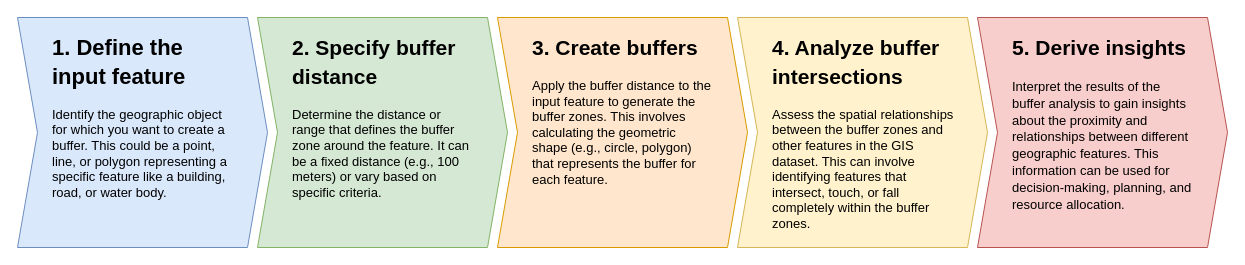
Above: Assets/4_Theory_buffer_diagram.drawio in haseeb-cb/fundamentals-of-gis (draw.io), before the change. Source tidied: cells renumbered, new cells numbered last; positions are measured from the earlier drawing's top-left corner, leaving out a move shared by most shapes. Both pictures are drawn from the tidied source at 100%, with x=0, y=0 at pixel (17, 17).
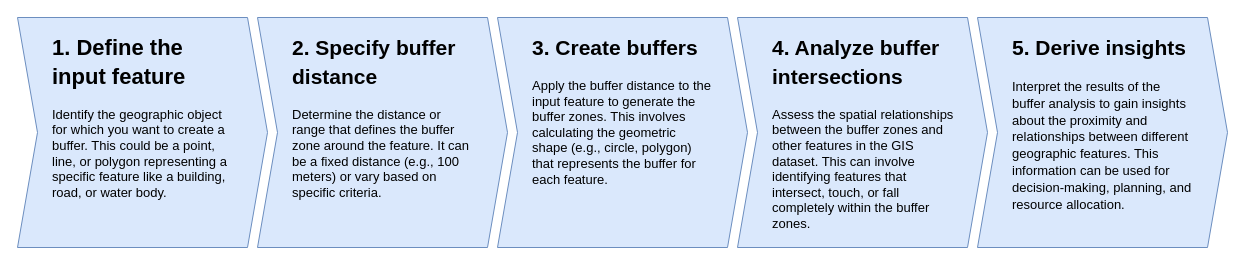
The same page after the edit.

What changed in the source:
```diff
@@
 <mxGraphModel>
   <root>
     <mxCell id="0" />
     <mxCell id="1" parent="0" />
     <mxCell id="2" style="shape=step;perimeter=stepPerimeter;whiteSpace=wrap;html=1;fixedSize=1;fillColor=#dae8fc;strokeColor=#6c8ebf;" parent="1" vertex="1">
       <mxGeometry width="250" height="230" as="geometry" />
     </mxCell>
     <mxCell id="3" value="&lt;h1&gt;&lt;font style=&quot;font-size: 23px;&quot;&gt;&lt;font style=&quot;font-size: 22px;&quot;&gt;1. Define the input feature&lt;/font&gt;&lt;/font&gt;&lt;/h1&gt;&lt;p&gt;&lt;font style=&quot;font-size: 13px;&quot;&gt;Identify the geographic object for which you want to create a buffer. This could be a point, line, or polygon representing a specific feature like a building, road, or water body.&lt;/font&gt;&lt;/p&gt;" style="text;html=1;strokeColor=none;fillColor=none;spacing=5;spacingTop=-20;whiteSpace=wrap;overflow=hidden;rounded=0;" parent="1" vertex="1">
       <mxGeometry x="30" y="10" width="190" height="210" as="geometry" />
     </mxCell>
-    <mxCell id="4" style="shape=step;perimeter=stepPerimeter;whiteSpace=wrap;html=1;fixedSize=1;fillColor=#d5e8d4;strokeColor=#82b366;" parent="1" vertex="1">
+    <mxCell id="4" style="shape=step;perimeter=stepPerimeter;whiteSpace=wrap;html=1;fixedSize=1;fillColor=#dae8fc;strokeColor=#6c8ebf;" parent="1" vertex="1">
       <mxGeometry x="240" width="250" height="230" as="geometry" />
     </mxCell>
     <mxCell id="5" value="&lt;h1&gt;&lt;font style=&quot;font-size: 23px;&quot;&gt;&lt;font style=&quot;font-size: 22px;&quot;&gt;&lt;font style=&quot;font-size: 21px;&quot;&gt;2. Specify buffer distance&lt;/font&gt;&lt;/font&gt;&lt;/font&gt;&lt;/h1&gt;&lt;p&gt;&lt;font style=&quot;font-size: 13px;&quot;&gt;Determine the distance or range that defines the buffer zone around the feature. It can be a fixed distance (e.g., 100 meters) or vary based on specific criteria.&lt;/font&gt;&lt;/p&gt;" style="text;html=1;strokeColor=none;fillColor=none;spacing=5;spacingTop=-20;whiteSpace=wrap;overflow=hidden;rounded=0;" parent="1" vertex="1">
       <mxGeometry x="270" y="10" width="190" height="210" as="geometry" />
     </mxCell>
-    <mxCell id="6" style="shape=step;perimeter=stepPerimeter;whiteSpace=wrap;html=1;fixedSize=1;fillColor=#ffe6cc;strokeColor=#d79b00;" parent="1" vertex="1">
+    <mxCell id="6" style="shape=step;perimeter=stepPerimeter;whiteSpace=wrap;html=1;fixedSize=1;fillColor=#dae8fc;strokeColor=#6c8ebf;" parent="1" vertex="1">
       <mxGeometry x="480" width="250" height="230" as="geometry" />
     </mxCell>
     <mxCell id="7" value="&lt;h1&gt;&lt;font style=&quot;font-size: 23px;&quot;&gt;&lt;font style=&quot;font-size: 22px;&quot;&gt;&lt;font style=&quot;font-size: 21px;&quot;&gt;3. Create buffers&lt;/font&gt;&lt;/font&gt;&lt;/font&gt;&lt;br&gt;&lt;/h1&gt;&lt;p&gt;&lt;font style=&quot;font-size: 13px;&quot;&gt;Apply the buffer distance to the input feature to generate the buffer zones. This involves calculating the geometric shape (e.g., circle, polygon) that represents the buffer for each feature.&lt;/font&gt;&lt;/p&gt;" style="text;html=1;strokeColor=none;fillColor=none;spacing=5;spacingTop=-20;whiteSpace=wrap;overflow=hidden;rounded=0;" parent="1" vertex="1">
       <mxGeometry x="510" y="10" width="190" height="210" as="geometry" />
     </mxCell>
-    <mxCell id="8" style="shape=step;perimeter=stepPerimeter;whiteSpace=wrap;html=1;fixedSize=1;fillColor=#fff2cc;strokeColor=#d6b656;" parent="1" vertex="1">
+    <mxCell id="8" style="shape=step;perimeter=stepPerimeter;whiteSpace=wrap;html=1;fixedSize=1;fillColor=#dae8fc;strokeColor=#6c8ebf;" parent="1" vertex="1">
       <mxGeometry x="720" width="250" height="230" as="geometry" />
     </mxCell>
     <mxCell id="9" value="&lt;h1&gt;&lt;font style=&quot;font-size: 23px;&quot;&gt;&lt;font style=&quot;font-size: 22px;&quot;&gt;&lt;font style=&quot;font-size: 21px;&quot;&gt;4. Analyze buffer intersections&lt;/font&gt;&lt;/font&gt;&lt;/font&gt;&lt;br&gt;&lt;/h1&gt;&lt;p&gt;&lt;font style=&quot;font-size: 13px;&quot;&gt;Assess the spatial relationships between the buffer zones and other features in the GIS dataset. This can involve identifying features that intersect, touch, or fall completely within the buffer zones.&lt;/font&gt;&lt;/p&gt;" style="text;html=1;strokeColor=none;fillColor=none;spacing=5;spacingTop=-20;whiteSpace=wrap;overflow=hidden;rounded=0;" parent="1" vertex="1">
       <mxGeometry x="750" y="10" width="190" height="210" as="geometry" />
     </mxCell>
-    <mxCell id="10" style="shape=step;perimeter=stepPerimeter;whiteSpace=wrap;html=1;fixedSize=1;fillColor=#f8cecc;strokeColor=#b85450;" parent="1" vertex="1">
+    <mxCell id="10" style="shape=step;perimeter=stepPerimeter;whiteSpace=wrap;html=1;fixedSize=1;fillColor=#dae8fc;strokeColor=#6c8ebf;" parent="1" vertex="1">
       <mxGeometry x="960" width="250" height="230" as="geometry" />
     </mxCell>
     <mxCell id="11" value="&lt;h1&gt;&lt;font style=&quot;font-size: 21px;&quot;&gt;&lt;font style=&quot;font-size: 21px;&quot;&gt;5. Derive insights&lt;br&gt;&lt;/font&gt;&lt;/font&gt;&lt;/h1&gt;&lt;p&gt;&lt;font style=&quot;font-size: 13px;&quot;&gt;&lt;font style=&quot;font-size: 14px;&quot;&gt;&lt;font style=&quot;font-size: 13px;&quot;&gt;Interpret the results of the buffer analysis to gain insights about the proximity and relationships between different geographic features. This information can be used for decision-making, planning, and resource allocation.&lt;/font&gt;&lt;/font&gt;&lt;/font&gt;&lt;/p&gt;" style="text;html=1;strokeColor=none;fillColor=none;spacing=5;spacingTop=-20;whiteSpace=wrap;overflow=hidden;rounded=0;" parent="1" vertex="1">
       <mxGeometry x="990" y="10" width="190" height="210" as="geometry" />
     </mxCell>
   </root>
 </mxGraphModel>
```
